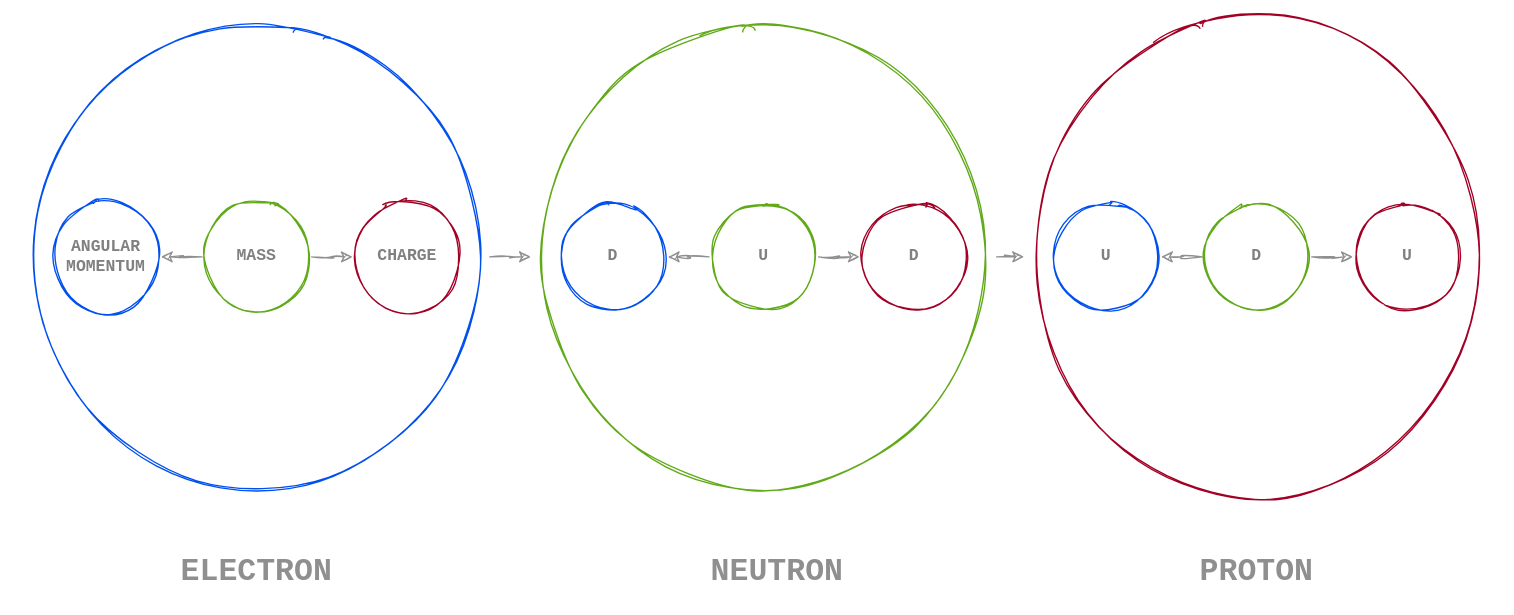
The draw.io diagram page "0.0.4" (3 of 7) of 0. Pendahuluan/Sumber/Teori/Teori.drawio in hassanhabib/The-Standard-Malaysian, before the edit. Source tidied: cells renumbered, new cells numbered last; positions are measured from the earlier drawing's top-left corner, leaving out a move shared by most shapes. Both pictures are drawn from the tidied source at 137%, with x=0, y=0 at pixel (23, 23).
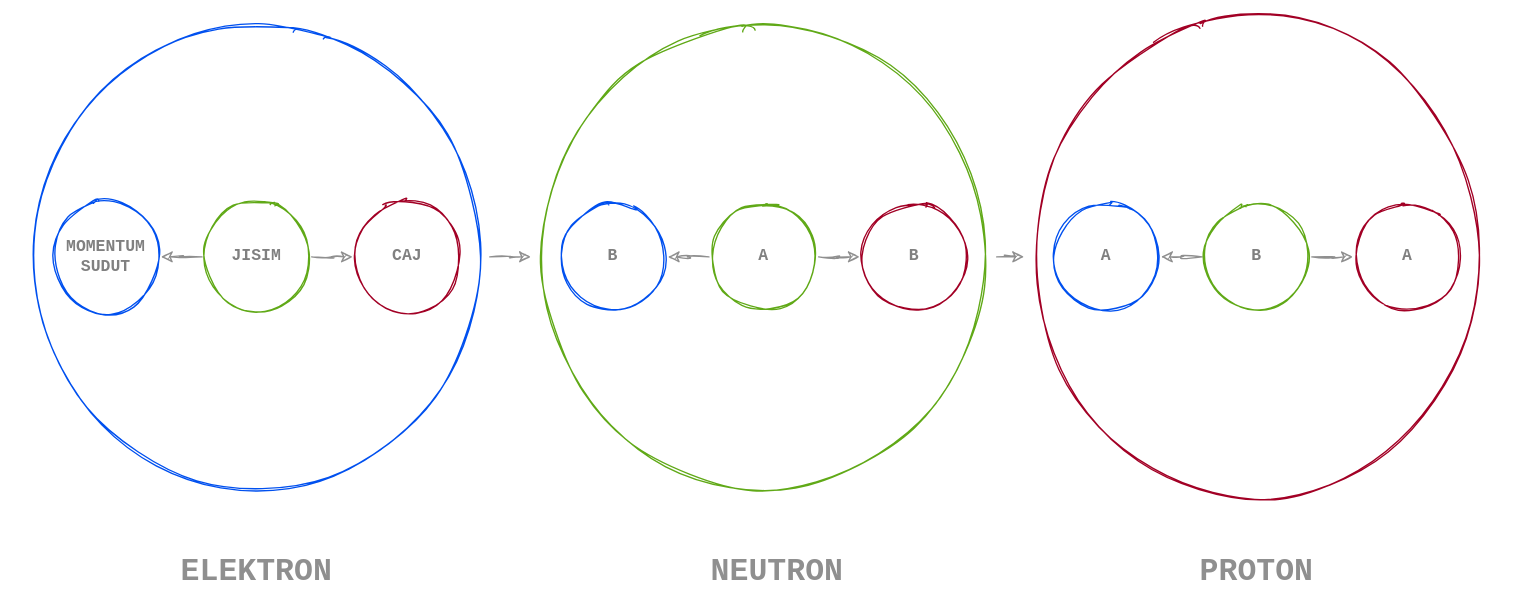
The same diagram, later.

The edit, as a diff of the source:
```diff
@@
-    <mxCell id="5" value="D" style="ellipse;whiteSpace=wrap;html=1;sketch=1;rounded=1;fillColor=none;fontColor=#808080;strokeColor=#60A917;fontFamily=Courier New;fontStyle=1;" parent="1" vertex="1">
+    <mxCell id="5" value="B" style="ellipse;whiteSpace=wrap;html=1;sketch=1;rounded=1;fillColor=none;fontColor=#808080;strokeColor=#60A917;fontFamily=Courier New;fontStyle=1;" parent="1" vertex="1">
       <mxGeometry x="860" y="130" width="80" height="80" as="geometry" />
     </mxCell>
-    <mxCell id="6" value="U" style="ellipse;whiteSpace=wrap;html=1;sketch=1;rounded=1;fillColor=none;fontColor=#808080;strokeColor=#A20025;fontFamily=Courier New;fontStyle=1;" parent="1" vertex="1">
+    <mxCell id="6" value="A" style="ellipse;whiteSpace=wrap;html=1;sketch=1;rounded=1;fillColor=none;fontColor=#808080;strokeColor=#A20025;fontFamily=Courier New;fontStyle=1;" parent="1" vertex="1">
       <mxGeometry x="970" y="130" width="80" height="80" as="geometry" />
     </mxCell>
-    <mxCell id="7" value="U" style="ellipse;whiteSpace=wrap;html=1;sketch=1;rounded=1;fillColor=none;fontColor=#808080;strokeColor=#0050EF;fontFamily=Courier New;fontStyle=1;" parent="1" vertex="1">
+    <mxCell id="7" value="A" style="ellipse;whiteSpace=wrap;html=1;sketch=1;rounded=1;fillColor=none;fontColor=#808080;strokeColor=#0050EF;fontFamily=Courier New;fontStyle=1;" parent="1" vertex="1">
       <mxGeometry x="750" y="130" width="80" height="80" as="geometry" />
     </mxCell>
@@
-    <mxCell id="12" value="U" style="ellipse;whiteSpace=wrap;html=1;sketch=1;rounded=1;fillColor=none;fontColor=#808080;strokeColor=#60A917;fontFamily=Courier New;fontStyle=1;" parent="1" vertex="1">
+    <mxCell id="12" value="A" style="ellipse;whiteSpace=wrap;html=1;sketch=1;rounded=1;fillColor=none;fontColor=#808080;strokeColor=#60A917;fontFamily=Courier New;fontStyle=1;" parent="1" vertex="1">
       <mxGeometry x="500" y="130" width="80" height="80" as="geometry" />
     </mxCell>
-    <mxCell id="13" value="D" style="ellipse;whiteSpace=wrap;html=1;sketch=1;rounded=1;fillColor=none;fontColor=#808080;strokeColor=#A20025;fontFamily=Courier New;fontStyle=1;" parent="1" vertex="1">
+    <mxCell id="13" value="B" style="ellipse;whiteSpace=wrap;html=1;sketch=1;rounded=1;fillColor=none;fontColor=#808080;strokeColor=#A20025;fontFamily=Courier New;fontStyle=1;" parent="1" vertex="1">
       <mxGeometry x="610" y="130" width="80" height="80" as="geometry" />
     </mxCell>
-    <mxCell id="14" value="D" style="ellipse;whiteSpace=wrap;html=1;sketch=1;rounded=1;fillColor=none;fontColor=#808080;strokeColor=#0050EF;fontFamily=Courier New;fontStyle=1;" parent="1" vertex="1">
+    <mxCell id="14" value="B" style="ellipse;whiteSpace=wrap;html=1;sketch=1;rounded=1;fillColor=none;fontColor=#808080;strokeColor=#0050EF;fontFamily=Courier New;fontStyle=1;" parent="1" vertex="1">
       <mxGeometry x="390" y="130" width="80" height="80" as="geometry" />
     </mxCell>
@@
-    <mxCell id="17" value="ELECTRON" style="text;html=1;fillColor=none;align=center;verticalAlign=middle;whiteSpace=wrap;rounded=0;sketch=1;fontColor=#8F8F8F;fontSize=23;fontFamily=Courier New;fontStyle=1;" parent="1" vertex="1">
+    <mxCell id="17" value="ELEKTRON" style="text;html=1;fillColor=none;align=center;verticalAlign=middle;whiteSpace=wrap;rounded=0;sketch=1;fontColor=#8F8F8F;fontSize=23;fontFamily=Courier New;fontStyle=1;" parent="1" vertex="1">
       <mxGeometry x="150" y="390" width="40" height="20" as="geometry" />
     </mxCell>
@@
-    <mxCell id="22" value="&lt;font color=&quot;#808080&quot;&gt;MASS&lt;/font&gt;" style="ellipse;whiteSpace=wrap;html=1;sketch=1;rounded=1;fillColor=none;fontColor=#ffffff;strokeColor=#60A917;fontFamily=Courier New;fontStyle=1;" parent="1" vertex="1">
+    <mxCell id="22" value="&lt;font color=&quot;#808080&quot;&gt;JISIM&lt;/font&gt;" style="ellipse;whiteSpace=wrap;html=1;sketch=1;rounded=1;fillColor=none;fontColor=#ffffff;strokeColor=#60A917;fontFamily=Courier New;fontStyle=1;" parent="1" vertex="1">
       <mxGeometry x="130" y="130" width="80" height="80" as="geometry" />
     </mxCell>
-    <mxCell id="23" value="&lt;font color=&quot;#808080&quot;&gt;CHARGE&lt;/font&gt;" style="ellipse;whiteSpace=wrap;html=1;sketch=1;rounded=1;fillColor=none;fontColor=#ffffff;strokeColor=#A20025;fontFamily=Courier New;fontStyle=1;" parent="1" vertex="1">
+    <mxCell id="23" value="&lt;font color=&quot;#808080&quot;&gt;CAJ&lt;/font&gt;" style="ellipse;whiteSpace=wrap;html=1;sketch=1;rounded=1;fillColor=none;fontColor=#ffffff;strokeColor=#A20025;fontFamily=Courier New;fontStyle=1;" parent="1" vertex="1">
       <mxGeometry x="240" y="130" width="80" height="80" as="geometry" />
     </mxCell>
-    <mxCell id="24" value="&lt;font color=&quot;#808080&quot;&gt;ANGULAR MOMENTUM&lt;/font&gt;" style="ellipse;whiteSpace=wrap;html=1;sketch=1;rounded=1;fillColor=none;fontColor=#ffffff;strokeColor=#0050EF;fontFamily=Courier New;fontStyle=1;" parent="1" vertex="1">
+    <mxCell id="24" value="&lt;font color=&quot;#808080&quot;&gt;MOMENTUM SUDUT&lt;/font&gt;" style="ellipse;whiteSpace=wrap;html=1;sketch=1;rounded=1;fillColor=none;fontColor=#ffffff;strokeColor=#0050EF;fontFamily=Courier New;fontStyle=1;" parent="1" vertex="1">
       <mxGeometry x="20" y="130" width="80" height="80" as="geometry" />
     </mxCell>
```
